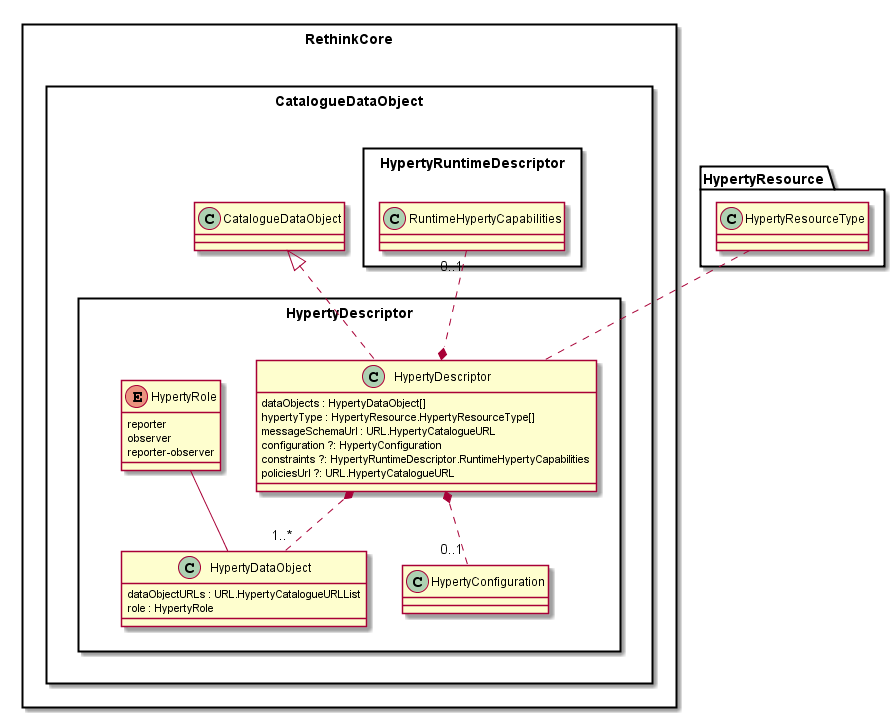
This is datamodel/core/hyperty-catalogue/Hyperty-Descriptor-Data-Object-Model.png from reTHINK-project/specs, a PlantUML export, as it was before one commit.
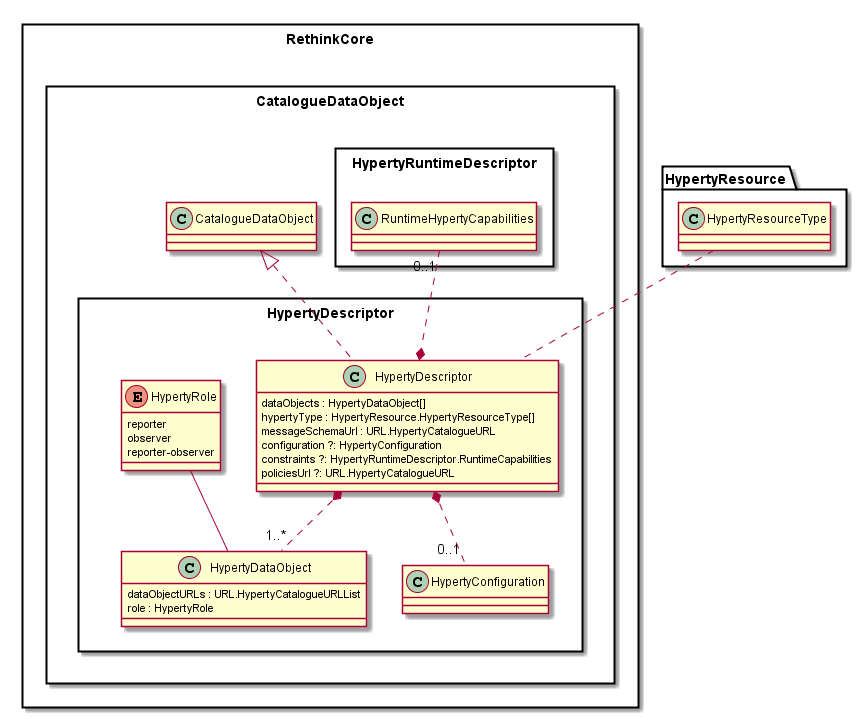
After the change.

Diff of the diagram source:
```diff
@@ -14,7 +14,7 @@
 				hypertyType : HypertyResource.HypertyResourceType[]
 				messageSchemaUrl : URL.HypertyCatalogueURL
 				configuration ?: HypertyConfiguration
-				constraints ?: HypertyRuntimeDescriptor.RuntimeHypertyCapabilities
+				constraints ?: HypertyRuntimeDescriptor.RuntimeCapabilities
 				policiesUrl ?: URL.HypertyCatalogueURL
 			}
 
```
